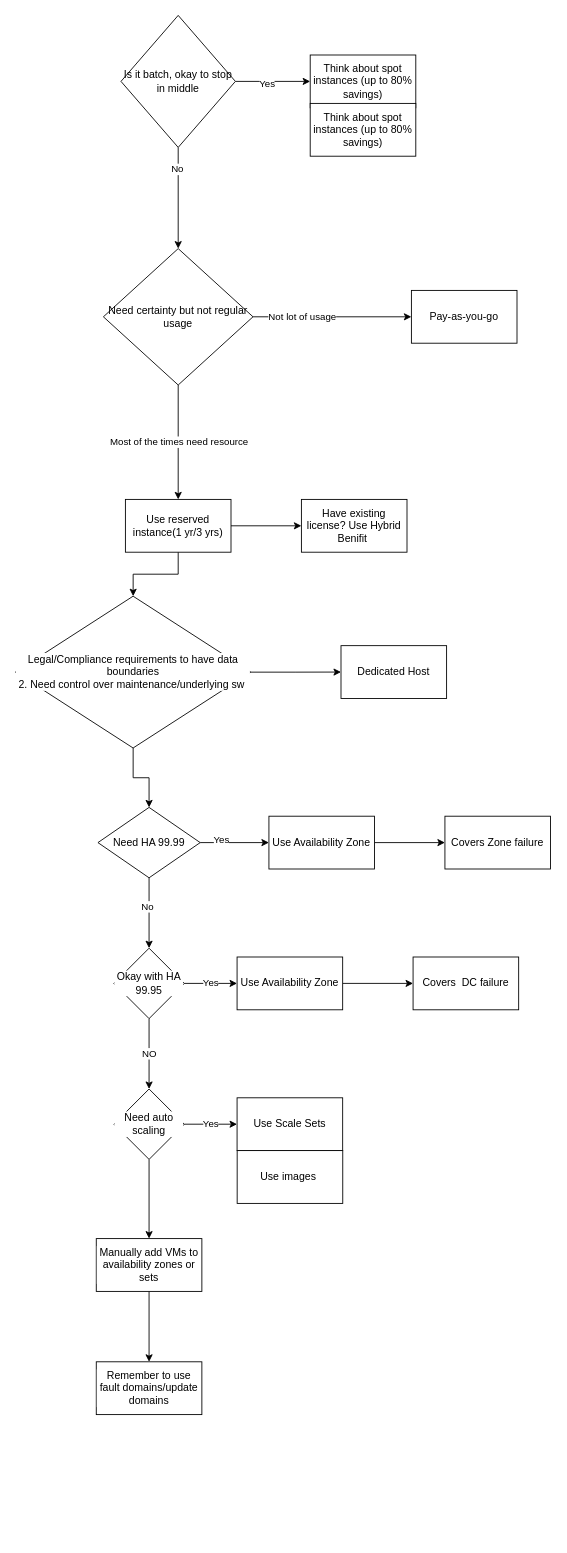
Above: Untitled Diagram.drawio in sheshi-sheri/Azure (draw.io), before the change. Source tidied: cells renumbered, new cells numbered last; positions are measured from the earlier drawing's top-left corner, leaving out a move shared by most shapes. Both pictures are drawn from the tidied source at 88%, with x=0, y=0 at pixel (15, 15).
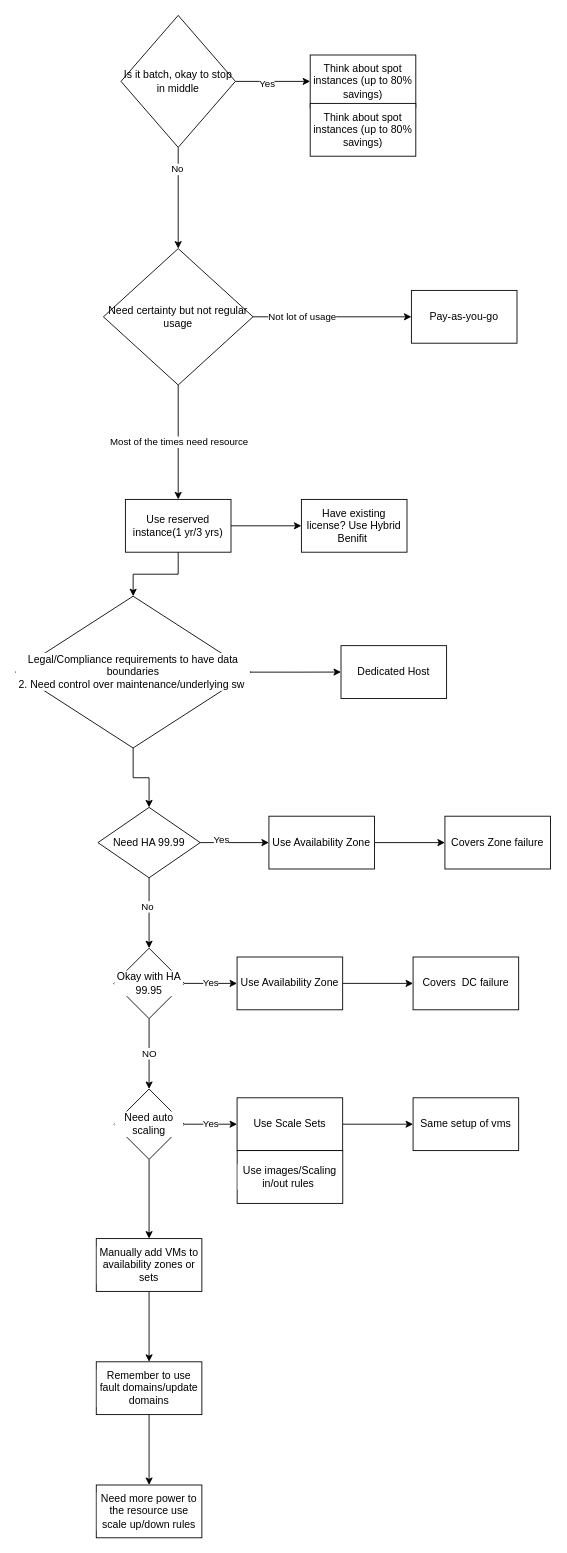
The same diagram, later.

Diff of the diagram source:
```diff
@@
+    <mxCell id="45" style="edgeStyle=orthogonalEdgeStyle;rounded=0;jettySize=auto;html=1;labelBackgroundColor=default;fontColor=default;strokeColor=default;" parent="1" edge="1" source="38" target="47">
+      <mxGeometry relative="1" as="geometry" />
+    </mxCell>
-    <mxCell id="38" value="Use Scale Sets" style="whiteSpace=wrap;html=1;labelBackgroundColor=rgba(255, 255, 255, 1);" parent="1" vertex="1">
+    <mxCell id="38" value="Use Scale Sets" style="whiteSpace=wrap;html=1;labelBackgroundColor=default;fillColor=default;strokeColor=default;fontColor=default;" parent="1" vertex="1">
       <mxGeometry x="251.9" y="1230" width="120" height="60" as="geometry" />
     </mxCell>
-    <mxCell id="39" value="Use images&amp;nbsp;" style="rounded=0;whiteSpace=wrap;html=1;labelBackgroundColor=default;fontColor=default;strokeColor=default;fillColor=default;" parent="1" vertex="1">
+    <mxCell id="39" value="Use images/Scaling in/out rules&amp;nbsp;" style="rounded=0;whiteSpace=wrap;html=1;labelBackgroundColor=default;fontColor=default;strokeColor=default;fillColor=default;" parent="1" vertex="1">
       <mxGeometry x="252" y="1290" width="120" height="60" as="geometry" />
     </mxCell>
@@
+    <mxCell id="46" style="edgeStyle=orthogonalEdgeStyle;rounded=0;jettySize=auto;html=1;labelBackgroundColor=default;fontColor=default;strokeColor=default;" parent="1" edge="1" source="44" target="48">
+      <mxGeometry relative="1" as="geometry" />
+    </mxCell>
-    <mxCell id="44" value="Remember to use fault domains/update domains" style="whiteSpace=wrap;html=1;labelBackgroundColor=rgba(255, 255, 255, 1);" parent="1" vertex="1">
+    <mxCell id="44" value="Remember to use fault domains/update domains" style="whiteSpace=wrap;html=1;labelBackgroundColor=default;fillColor=default;strokeColor=default;fontColor=default;" parent="1" vertex="1">
       <mxGeometry x="91.9" y="1530" width="120" height="60" as="geometry" />
     </mxCell>
+    <mxCell id="47" value="Same setup of vms" style="whiteSpace=wrap;html=1;labelBackgroundColor=rgba(255, 255, 255, 1);" parent="1" vertex="1">
+      <mxGeometry x="451.9" y="1230" width="120" height="60" as="geometry" />
+    </mxCell>
+    <mxCell id="48" value="Need more power to the resource use scale up/down rules" style="whiteSpace=wrap;html=1;labelBackgroundColor=rgba(255, 255, 255, 1);" parent="1" vertex="1">
+      <mxGeometry x="91.9" y="1670" width="120" height="60" as="geometry" />
+    </mxCell>
```
